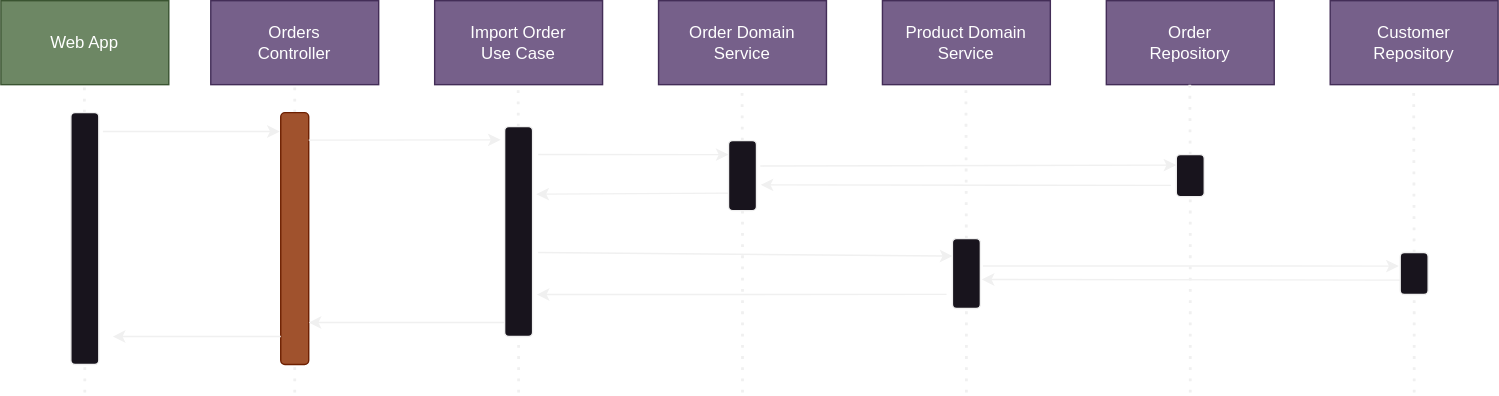
Earlier version of the draw.io export docs/diagrams/diagram3.svg (marcelocasteloio/MCIO.OutputEnvelop). Source tidied: cells renumbered, new cells last; positions are measured from the earlier drawing's top-left corner, leaving out a move shared by most shapes.
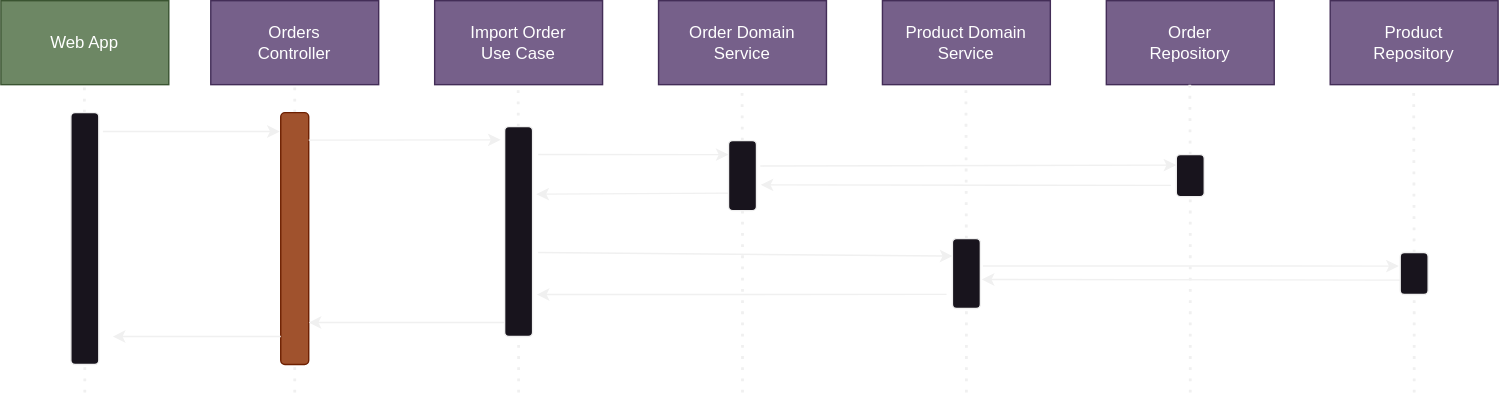
Later version of the same file.

The edit, as a diff of the source:
```diff
@@ -17,7 +17,7 @@
     <mxCell id="6" value="Product Domain Service" style="rounded=0;whiteSpace=wrap;html=1;fillColor=#76608a;fontColor=#ffffff;strokeColor=#432D57;" parent="1" vertex="1">
       <mxGeometry x="630" width="120" height="60" as="geometry" />
     </mxCell>
-    <mxCell id="7" value="Customer&lt;br&gt;Repository" style="rounded=0;whiteSpace=wrap;html=1;fillColor=#76608a;fontColor=#ffffff;strokeColor=#432D57;" parent="1" vertex="1">
+    <mxCell id="7" value="Product&lt;br&gt;Repository" style="rounded=0;whiteSpace=wrap;html=1;fillColor=#76608a;fontColor=#ffffff;strokeColor=#432D57;" parent="1" vertex="1">
       <mxGeometry x="950" width="120" height="60" as="geometry" />
     </mxCell>
     <mxCell id="8" style="endArrow=none;dashed=1;html=1;dashPattern=1 3;strokeWidth=2;rounded=0;entryX=0.5;entryY=1;entryDx=0;entryDy=0;" parent="1" edge="1" source="17" target="2">
```
